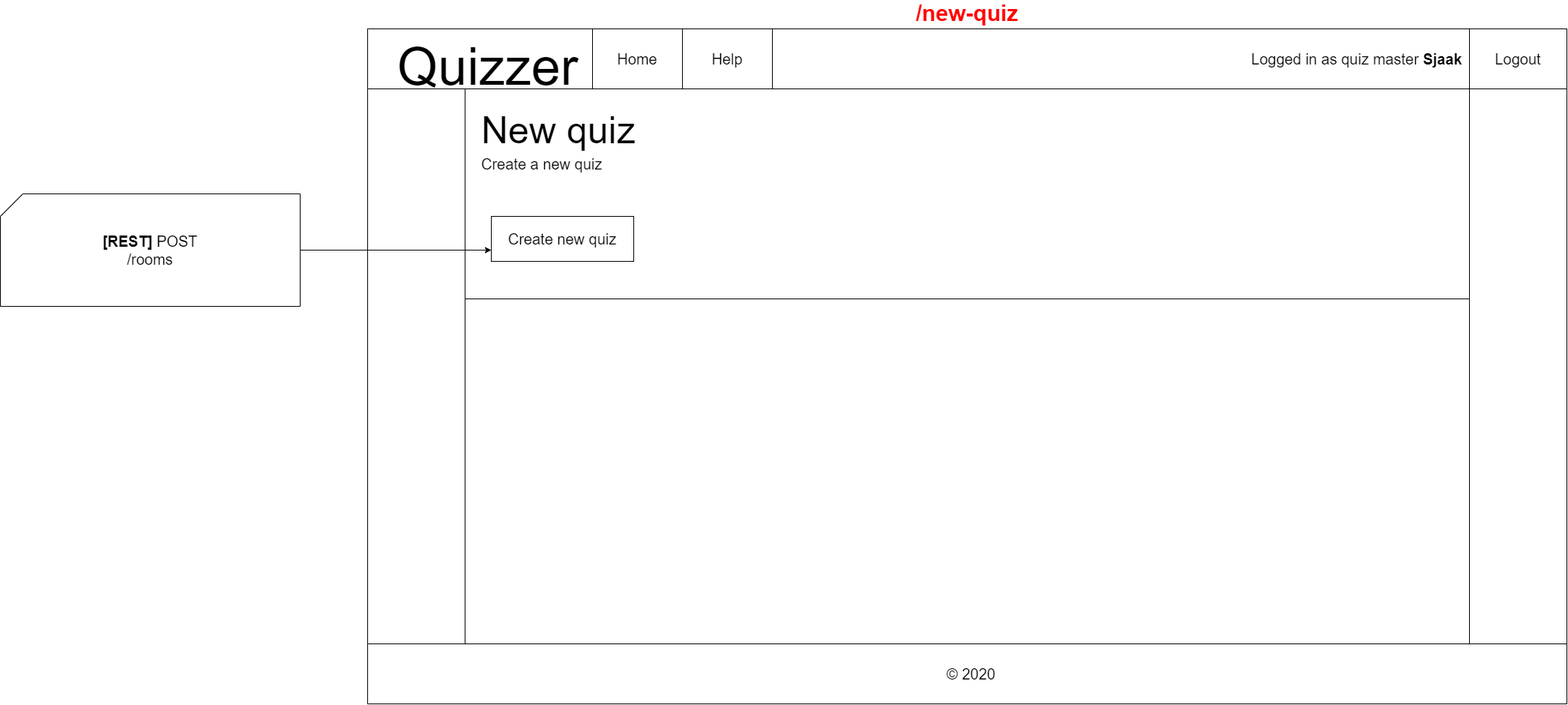
Above: docs/wireframes-with-interactions/quizmaster-new-quiz.png in IkBenDeSjaak/Quizzer (draw.io), before the change. Source tidied: cells renumbered, new cells last; positions are measured from the earlier drawing's top-left corner, leaving out a move shared by most shapes. The source it was exported from:
```xml
<mxGraphModel>
  <root>
    <mxCell id="0" />
    <mxCell id="1" parent="0" />
    <mxCell id="2" style="group;" parent="1" vertex="1">
      <mxGeometry x="490" width="1600" height="900" as="geometry" />
    </mxCell>
    <mxCell id="3" value="/new-quiz" style="rounded=0;whiteSpace=wrap;html=1;labelPosition=center;verticalLabelPosition=top;align=center;verticalAlign=bottom;fontStyle=1;fontSize=30;fontColor=#FF0000;" parent="2" vertex="1">
      <mxGeometry width="1600" height="900" as="geometry" />
    </mxCell>
    <mxCell id="4" style="rounded=0;whiteSpace=wrap;html=1;" parent="2" vertex="1">
      <mxGeometry width="1600" height="80" as="geometry" />
    </mxCell>
    <mxCell id="5" value="&lt;font style=&quot;font-size: 70px&quot;&gt;Quizzer&lt;/font&gt;" style="text;html=1;align=center;verticalAlign=middle;" parent="2" vertex="1">
      <mxGeometry x="30" y="30" width="260" height="40" as="geometry" />
    </mxCell>
    <mxCell id="6" style="rounded=0;whiteSpace=wrap;html=1;" parent="2" vertex="1">
      <mxGeometry x="130" y="80" width="1340" height="740" as="geometry" />
    </mxCell>
    <mxCell id="7" style="rounded=0;whiteSpace=wrap;html=1;" parent="2" vertex="1">
      <mxGeometry y="820" width="1600" height="80" as="geometry" />
    </mxCell>
    <mxCell id="8" value="&lt;font style=&quot;font-size: 20px&quot;&gt;© 2020&lt;/font&gt;" style="text;html=1;align=center;verticalAlign=middle;" parent="2" vertex="1">
      <mxGeometry x="765" y="850" width="80" height="20" as="geometry" />
    </mxCell>
    <mxCell id="9" value="Home" style="rounded=0;whiteSpace=wrap;html=1;fontSize=20;" parent="2" vertex="1">
      <mxGeometry x="300" width="120" height="80" as="geometry" />
    </mxCell>
    <mxCell id="10" value="Help" style="rounded=0;whiteSpace=wrap;html=1;fontSize=20;" parent="2" vertex="1">
      <mxGeometry x="420" width="120" height="80" as="geometry" />
    </mxCell>
    <mxCell id="11" style="rounded=0;whiteSpace=wrap;html=1;" parent="2" vertex="1">
      <mxGeometry x="130" y="80" width="1340" height="280" as="geometry" />
    </mxCell>
    <mxCell id="12" value="&lt;span style=&quot;font-size: 20px&quot;&gt;Create a new quiz&lt;/span&gt;" style="text;html=1;strokeColor=none;fillColor=none;align=left;verticalAlign=middle;whiteSpace=wrap;rounded=0;" parent="2" vertex="1">
      <mxGeometry x="150" y="170" width="570" height="20" as="geometry" />
    </mxCell>
    <mxCell id="13" value="&lt;font style=&quot;font-size: 50px&quot;&gt;New quiz&lt;/font&gt;" style="text;html=1;align=left;verticalAlign=middle;" parent="2" vertex="1">
      <mxGeometry x="150" y="120" width="220" height="30" as="geometry" />
    </mxCell>
    <mxCell id="14" value="&lt;div style=&quot;text-align: right&quot;&gt;Logged in as quiz master &lt;b&gt;Sjaak&lt;/b&gt;&lt;/div&gt;" style="text;html=1;strokeColor=none;fillColor=none;align=center;verticalAlign=middle;whiteSpace=wrap;rounded=0;fontSize=20;" parent="2" vertex="1">
      <mxGeometry x="1170" y="30" width="300" height="20" as="geometry" />
    </mxCell>
    <mxCell id="15" value="Logout" style="rounded=0;whiteSpace=wrap;html=1;fontSize=20;" parent="2" vertex="1">
      <mxGeometry x="1470" width="130" height="80" as="geometry" />
    </mxCell>
    <mxCell id="16" value="&lt;font style=&quot;font-size: 20px&quot;&gt;Create new quiz&lt;/font&gt;" style="rounded=0;whiteSpace=wrap;html=1;align=center;" parent="2" vertex="1">
      <mxGeometry x="165" y="250" width="190" height="60" as="geometry" />
    </mxCell>
    <mxCell id="17" style="edgeStyle=orthogonalEdgeStyle;rounded=0;jettySize=auto;html=1;entryX=0;entryY=0.75;entryDx=0;entryDy=0;fontSize=20;" parent="1" edge="1" source="18" target="16">
      <mxGeometry relative="1" as="geometry" />
    </mxCell>
    <mxCell id="18" value="&lt;b&gt;[REST]&lt;/b&gt;&amp;nbsp;POST&lt;br&gt;/rooms" style="shape=card;whiteSpace=wrap;html=1;fontSize=20;" parent="1" vertex="1">
      <mxGeometry y="220" width="400" height="150" as="geometry" />
    </mxCell>
  </root>
</mxGraphModel>
```
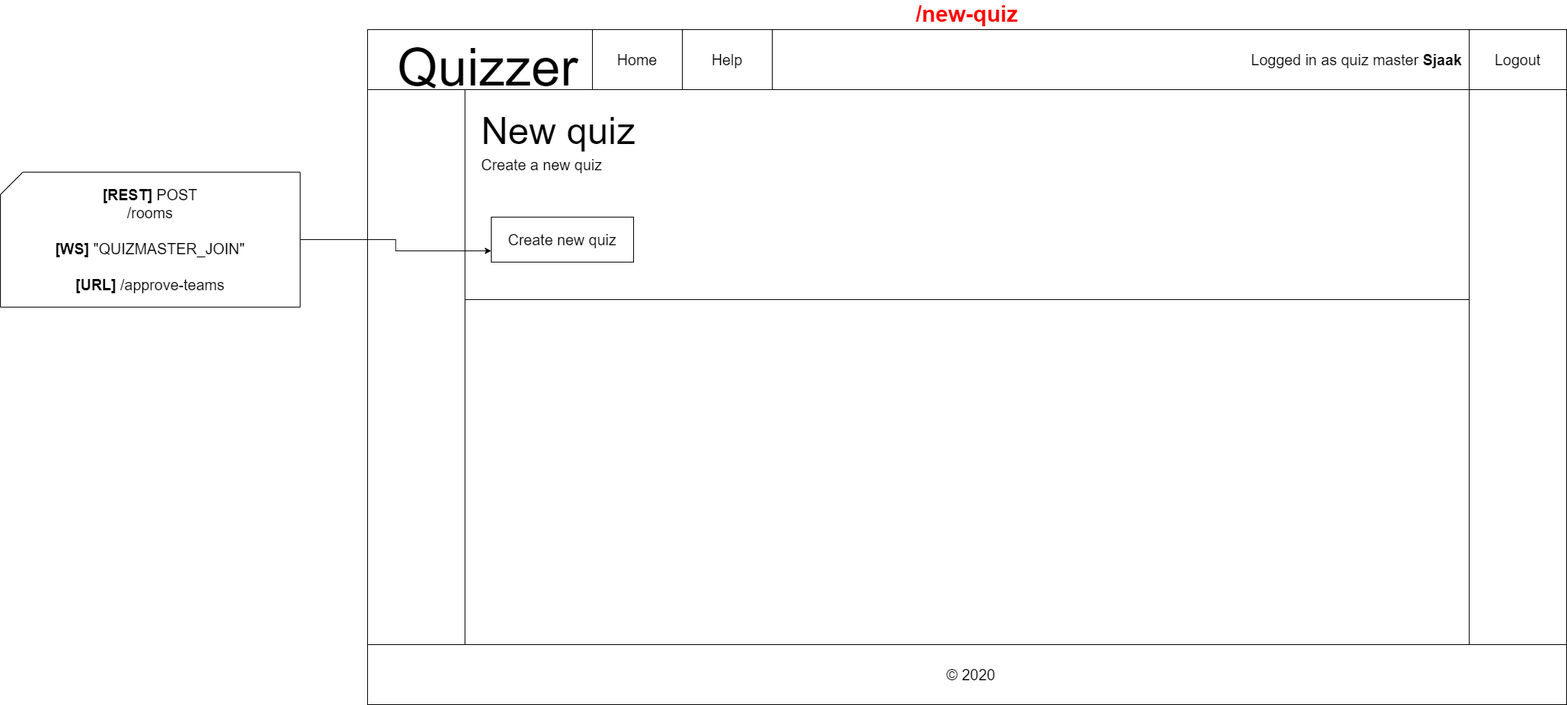
Above is the later version.

Change to the diagram source:
```diff
@@ -50,8 +50,8 @@
     <mxCell id="17" style="edgeStyle=orthogonalEdgeStyle;rounded=0;jettySize=auto;html=1;entryX=0;entryY=0.75;entryDx=0;entryDy=0;fontSize=20;" parent="1" edge="1" source="18" target="16">
       <mxGeometry relative="1" as="geometry" />
     </mxCell>
-    <mxCell id="18" value="&lt;b&gt;[REST]&lt;/b&gt;&amp;nbsp;POST&lt;br&gt;/rooms" style="shape=card;whiteSpace=wrap;html=1;fontSize=20;" parent="1" vertex="1">
-      <mxGeometry y="220" width="400" height="150" as="geometry" />
+    <mxCell id="18" value="&lt;b&gt;[REST]&lt;/b&gt;&amp;nbsp;POST&lt;br&gt;/rooms&lt;br&gt;&lt;br&gt;&lt;b&gt;[WS]&lt;/b&gt;&amp;nbsp;&quot;QUIZMASTER_JOIN&quot;&lt;br&gt;&lt;br&gt;&lt;b&gt;[URL]&lt;/b&gt;&amp;nbsp;/approve-teams" style="shape=card;whiteSpace=wrap;html=1;fontSize=20;" parent="1" vertex="1">
+      <mxGeometry y="190" width="400" height="180" as="geometry" />
     </mxCell>
   </root>
 </mxGraphModel>
```
